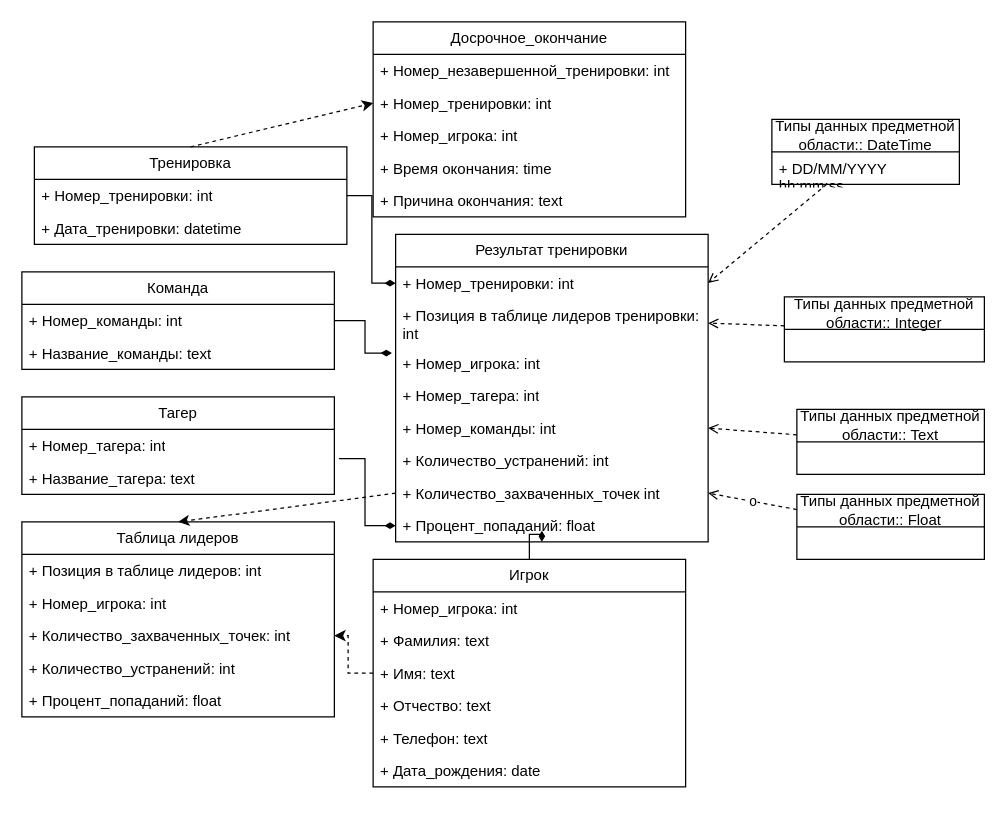
The draw.io diagram Решения/Часть 1. Схемы/Объекты бизнес процесса.drawio in VentoAureo12/Projecting-n-Design, before the edit. Source tidied: cells renumbered, new cells numbered last; positions are measured from the earlier drawing's top-left corner, leaving out a move shared by most shapes. Both pictures are drawn from the tidied source at 125%, with x=0, y=0 at pixel (21, 21).
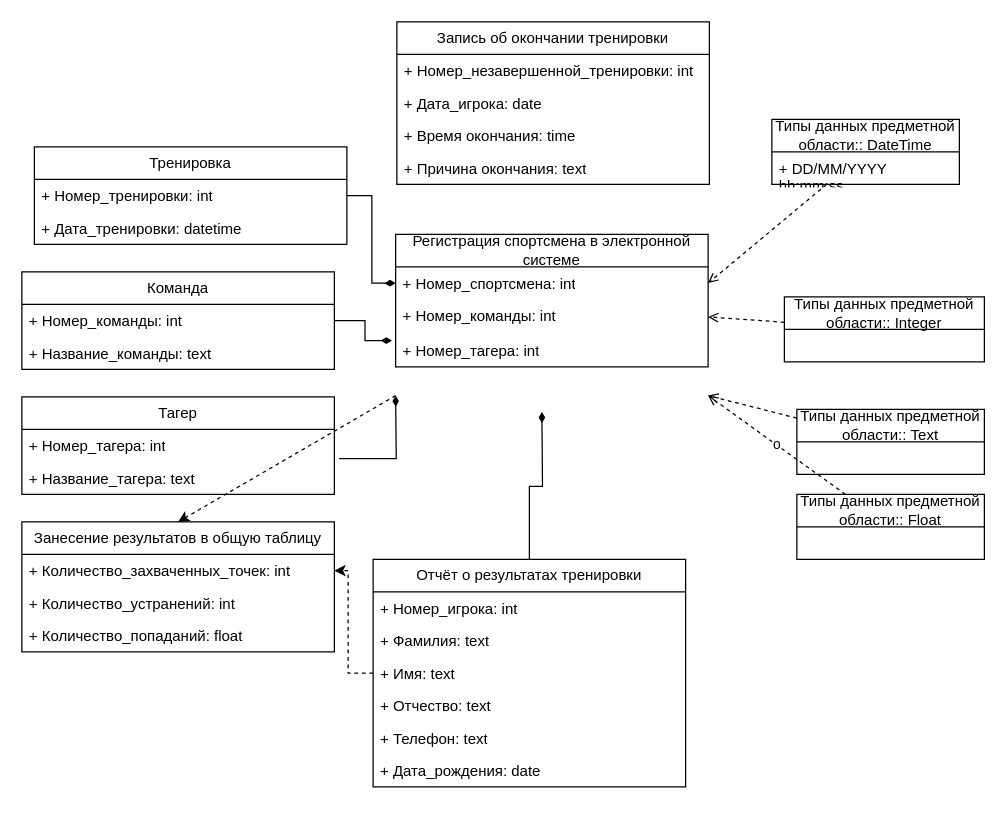
After the change.

Unchanged cells that the change refers to:
```xml
<mxCell id="28" value="Тренировка" style="swimlane;fontStyle=0;horizontal=1;startSize=26;fillColor=none;whiteSpace=wrap;html=1;" parent="1" vertex="1">
  <mxGeometry x="10" y="100" width="250" height="78" as="geometry" />
</mxCell>
<mxCell id="43" value="+ Название_тагера: text" style="text;strokeColor=none;fillColor=none;align=left;verticalAlign=top;spacingLeft=4;spacingRight=4;overflow=hidden;points=[[0,0.5],[1,0.5]];portConstraint=eastwest;whiteSpace=wrap;html=1;" parent="41" vertex="1">
  <mxGeometry y="52" width="250" height="26" as="geometry" />
</mxCell>
<mxCell id="52" value="Типы данных предметной области:: Text" style="swimlane;fontStyle=0;horizontal=1;startSize=26;fillColor=none;whiteSpace=wrap;html=1;" parent="1" vertex="1">
  <mxGeometry x="620" y="310" width="150" height="52" as="geometry" />
</mxCell>
<mxCell id="54" value="Типы данных предметной области:: Float" style="swimlane;fontStyle=0;horizontal=1;startSize=26;fillColor=none;whiteSpace=wrap;html=1;" parent="1" vertex="1">
  <mxGeometry x="620" y="378" width="150" height="52" as="geometry" />
</mxCell>
```

Diff of the diagram source:
```diff
@@
-    <mxCell id="2" style="rounded=0;jettySize=auto;html=1;entryX=0.5;entryY=0;entryDx=0;entryDy=0;dashed=1;exitX=0;exitY=0.5;exitDx=0;exitDy=0;" parent="1" edge="1" source="10" target="34">
-      <mxGeometry relative="1" as="geometry" />
+    <mxCell id="2" style="rounded=0;jettySize=auto;html=1;entryX=0.5;entryY=0;entryDx=0;entryDy=0;dashed=1;exitX=0;exitY=0.5;exitDx=0;exitDy=0;" parent="1" edge="1" target="34">
+      <mxGeometry relative="1" as="geometry">
+        <mxPoint x="299" y="299" as="sourcePoint" />
+      </mxGeometry>
     </mxCell>
-    <mxCell id="3" value="Результат тренировки" style="swimlane;fontStyle=0;horizontal=1;startSize=26;fillColor=none;whiteSpace=wrap;html=1;" parent="1" vertex="1">
-      <mxGeometry x="299" y="170" width="250" height="246" as="geometry" />
+    <mxCell id="3" value="Регистрация спортсмена в электронной системе" style="swimlane;fontStyle=0;horizontal=1;startSize=26;fillColor=none;whiteSpace=wrap;html=1;" parent="1" vertex="1">
+      <mxGeometry x="299" y="170" width="250" height="106" as="geometry" />
     </mxCell>
-    <mxCell id="4" value="+ Номер_тренировки: int" style="text;strokeColor=none;fillColor=none;align=left;verticalAlign=top;spacingLeft=4;spacingRight=4;overflow=hidden;points=[[0,0.5],[1,0.5]];portConstraint=eastwest;whiteSpace=wrap;html=1;" parent="3" vertex="1">
+    <mxCell id="4" value="+ Номер_спортсмена: int" style="text;strokeColor=none;fillColor=none;align=left;verticalAlign=top;spacingLeft=4;spacingRight=4;overflow=hidden;points=[[0,0.5],[1,0.5]];portConstraint=eastwest;whiteSpace=wrap;html=1;" parent="3" vertex="1">
       <mxGeometry y="26" width="250" height="26" as="geometry" />
     </mxCell>
-    <mxCell id="5" value="+ Позиция в таблице лидеров тренировки: int" style="text;strokeColor=none;fillColor=none;align=left;verticalAlign=top;spacingLeft=4;spacingRight=4;overflow=hidden;points=[[0,0.5],[1,0.5]];portConstraint=eastwest;whiteSpace=wrap;html=1;" parent="3" vertex="1">
-      <mxGeometry y="52" width="250" height="38" as="geometry" />
+    <mxCell id="5" value="+ Номер_команды: int" style="text;strokeColor=none;fillColor=none;align=left;verticalAlign=top;spacingLeft=4;spacingRight=4;overflow=hidden;points=[[0,0.5],[1,0.5]];portConstraint=eastwest;whiteSpace=wrap;html=1;" parent="3" vertex="1">
+      <mxGeometry y="52" width="250" height="28" as="geometry" />
     </mxCell>
-    <mxCell id="6" value="+ Номер_игрока: int" style="text;strokeColor=none;fillColor=none;align=left;verticalAlign=top;spacingLeft=4;spacingRight=4;overflow=hidden;points=[[0,0.5],[1,0.5]];portConstraint=eastwest;whiteSpace=wrap;html=1;" parent="3" vertex="1">
-      <mxGeometry y="90" width="250" height="26" as="geometry" />
+    <mxCell id="6" value="+ Номер_тагера: int" style="text;strokeColor=none;fillColor=none;align=left;verticalAlign=top;spacingLeft=4;spacingRight=4;overflow=hidden;points=[[0,0.5],[1,0.5]];portConstraint=eastwest;whiteSpace=wrap;html=1;" parent="3" vertex="1">
+      <mxGeometry y="80" width="250" height="26" as="geometry" />
     </mxCell>
-    <mxCell id="7" value="+ Номер_тагера: int" style="text;strokeColor=none;fillColor=none;align=left;verticalAlign=top;spacingLeft=4;spacingRight=4;overflow=hidden;whiteSpace=wrap;html=1;" parent="3" vertex="1">
-      <mxGeometry y="116" width="250" height="26" as="geometry" />
-    </mxCell>
-    <mxCell id="8" value="+ Номер_команды: int" style="text;strokeColor=none;fillColor=none;align=left;verticalAlign=top;spacingLeft=4;spacingRight=4;overflow=hidden;points=[[0,0.5],[1,0.5]];portConstraint=eastwest;whiteSpace=wrap;html=1;" parent="3" vertex="1">
-      <mxGeometry y="142" width="250" height="26" as="geometry" />
-    </mxCell>
-    <mxCell id="9" value="+ Количество_устранений: int" style="text;strokeColor=none;fillColor=none;align=left;verticalAlign=top;spacingLeft=4;spacingRight=4;overflow=hidden;whiteSpace=wrap;html=1;" parent="3" vertex="1">
-      <mxGeometry y="168" width="250" height="26" as="geometry" />
-    </mxCell>
-    <mxCell id="10" value="+ Количество_захваченных_точек int" style="text;strokeColor=none;fillColor=none;align=left;verticalAlign=top;spacingLeft=4;spacingRight=4;overflow=hidden;points=[[0,0.5],[1,0.5]];portConstraint=eastwest;whiteSpace=wrap;html=1;" parent="3" vertex="1">
-      <mxGeometry y="194" width="250" height="26" as="geometry" />
-    </mxCell>
-    <mxCell id="11" value="+ Процент_попаданий: float" style="text;strokeColor=none;fillColor=none;align=left;verticalAlign=top;spacingLeft=4;spacingRight=4;overflow=hidden;points=[[0,0.5],[1,0.5]];portConstraint=eastwest;whiteSpace=wrap;html=1;" parent="3" vertex="1">
-      <mxGeometry y="220" width="250" height="26" as="geometry" />
-    </mxCell>
-    <mxCell id="12" value="Досрочное_окончание" style="swimlane;fontStyle=0;horizontal=1;startSize=26;fillColor=none;whiteSpace=wrap;html=1;" parent="1" vertex="1">
-      <mxGeometry x="281" width="250" height="156" as="geometry" />
+    <mxCell id="12" value="Запись об окончании тренировки" style="swimlane;fontStyle=0;horizontal=1;startSize=26;fillColor=none;whiteSpace=wrap;html=1;" parent="1" vertex="1">
+      <mxGeometry x="300" width="250" height="130" as="geometry" />
     </mxCell>
@@
-    <mxCell id="14" value="+ Номер_тренировки: int" style="text;strokeColor=none;fillColor=none;align=left;verticalAlign=top;spacingLeft=4;spacingRight=4;overflow=hidden;points=[[0,0.5],[1,0.5]];portConstraint=eastwest;whiteSpace=wrap;html=1;" parent="12" vertex="1">
-      <mxGeometry y="52" width="250" height="26" as="geometry" />
-    </mxCell>
-    <mxCell id="15" value="+ Номер_игрока: int" style="text;strokeColor=none;fillColor=none;align=left;verticalAlign=top;spacingLeft=4;spacingRight=4;overflow=hidden;whiteSpace=wrap;html=1;" parent="12" vertex="1">
-      <mxGeometry y="78" width="250" height="26" as="geometry" />
+    <mxCell id="15" value="+ Дата_игрока: date" style="text;strokeColor=none;fillColor=none;align=left;verticalAlign=top;spacingLeft=4;spacingRight=4;overflow=hidden;whiteSpace=wrap;html=1;" parent="12" vertex="1">
+      <mxGeometry y="52" width="250" height="26" as="geometry" />
     </mxCell>
     <mxCell id="16" value="+ Время окончания: time" style="text;strokeColor=none;fillColor=none;align=left;verticalAlign=top;spacingLeft=4;spacingRight=4;overflow=hidden;whiteSpace=wrap;html=1;" parent="12" vertex="1">
-      <mxGeometry y="104" width="250" height="26" as="geometry" />
+      <mxGeometry y="78" width="250" height="26" as="geometry" />
     </mxCell>
     <mxCell id="17" value="+ Причина окончания: text" style="text;strokeColor=none;fillColor=none;align=left;verticalAlign=top;spacingLeft=4;spacingRight=4;overflow=hidden;whiteSpace=wrap;html=1;" parent="12" vertex="1">
-      <mxGeometry y="130" width="250" height="26" as="geometry" />
+      <mxGeometry y="104" width="250" height="26" as="geometry" />
     </mxCell>
-    <mxCell id="18" style="edgeStyle=orthogonalEdgeStyle;rounded=0;jettySize=auto;html=1;entryX=0.468;entryY=1;entryDx=0;entryDy=0;endArrow=diamondThin;endFill=1;entryPerimeter=0;" parent="1" edge="1" source="20" target="11">
-      <mxGeometry relative="1" as="geometry" />
+    <mxCell id="18" style="edgeStyle=orthogonalEdgeStyle;rounded=0;jettySize=auto;html=1;entryX=0.468;entryY=1;entryDx=0;entryDy=0;endArrow=diamondThin;endFill=1;entryPerimeter=0;" parent="1" edge="1" source="20">
+      <mxGeometry relative="1" as="geometry">
+        <mxPoint x="416" y="312" as="targetPoint" />
+      </mxGeometry>
     </mxCell>
@@
-    <mxCell id="20" value="Игрок" style="swimlane;fontStyle=0;horizontal=1;startSize=26;fillColor=none;whiteSpace=wrap;html=1;" parent="1" vertex="1">
+    <mxCell id="20" value="Отчёт о результатах тренировки" style="swimlane;fontStyle=0;horizontal=1;startSize=26;fillColor=none;whiteSpace=wrap;html=1;" parent="1" vertex="1">
       <mxGeometry x="281" y="430" width="250" height="182" as="geometry" />
     </mxCell>
@@
-    <mxCell id="27" style="rounded=0;jettySize=auto;html=1;entryX=0;entryY=0.5;entryDx=0;entryDy=0;exitX=0.5;exitY=0;exitDx=0;exitDy=0;dashed=1;" parent="1" edge="1" source="28" target="14">
-      <mxGeometry relative="1" as="geometry" />
-    </mxCell>
@@
-    <mxCell id="34" value="Таблица лидеров" style="swimlane;fontStyle=0;horizontal=1;startSize=26;fillColor=none;whiteSpace=wrap;html=1;" parent="1" vertex="1">
-      <mxGeometry y="400" width="250" height="156" as="geometry" />
+    <mxCell id="34" value="Занесение результатов в общую таблицу" style="swimlane;fontStyle=0;horizontal=1;startSize=26;fillColor=none;whiteSpace=wrap;html=1;" parent="1" vertex="1">
+      <mxGeometry y="400" width="250" height="104" as="geometry" />
     </mxCell>
-    <mxCell id="35" value="+ Позиция в таблице лидеров: int" style="text;strokeColor=none;fillColor=none;align=left;verticalAlign=top;spacingLeft=4;spacingRight=4;overflow=hidden;whiteSpace=wrap;html=1;" parent="34" vertex="1">
-      <mxGeometry y="26" width="250" height="26" as="geometry" />
-    </mxCell>
-    <mxCell id="36" value="+ Номер_игрока: int" style="text;strokeColor=none;fillColor=none;align=left;verticalAlign=top;spacingLeft=4;spacingRight=4;overflow=hidden;whiteSpace=wrap;html=1;" parent="34" vertex="1">
-      <mxGeometry y="52" width="250" height="26" as="geometry" />
-    </mxCell>
     <mxCell id="37" value="+ Количество_захваченных_точек: int" style="text;strokeColor=none;fillColor=none;align=left;verticalAlign=top;spacingLeft=4;spacingRight=4;overflow=hidden;points=[[0,0.5],[1,0.5]];portConstraint=eastwest;whiteSpace=wrap;html=1;" parent="34" vertex="1">
-      <mxGeometry y="78" width="250" height="26" as="geometry" />
+      <mxGeometry y="26" width="250" height="26" as="geometry" />
     </mxCell>
     <mxCell id="38" value="+ Количество_устранений: int" style="text;strokeColor=none;fillColor=none;align=left;verticalAlign=top;spacingLeft=4;spacingRight=4;overflow=hidden;whiteSpace=wrap;html=1;" parent="34" vertex="1">
-      <mxGeometry y="104" width="250" height="26" as="geometry" />
+      <mxGeometry y="52" width="250" height="26" as="geometry" />
     </mxCell>
-    <mxCell id="39" value="+ Процент_попаданий: float" style="text;strokeColor=none;fillColor=none;align=left;verticalAlign=top;spacingLeft=4;spacingRight=4;overflow=hidden;whiteSpace=wrap;html=1;" parent="34" vertex="1">
-      <mxGeometry y="130" width="250" height="26" as="geometry" />
+    <mxCell id="39" value="+ Количество_попаданий: float" style="text;strokeColor=none;fillColor=none;align=left;verticalAlign=top;spacingLeft=4;spacingRight=4;overflow=hidden;whiteSpace=wrap;html=1;" parent="34" vertex="1">
+      <mxGeometry y="78" width="250" height="26" as="geometry" />
     </mxCell>
-    <mxCell id="40" style="edgeStyle=orthogonalEdgeStyle;rounded=0;jettySize=auto;html=1;entryX=0;entryY=0.5;entryDx=0;entryDy=0;endArrow=diamondThin;endFill=1;exitX=1.015;exitY=-0.1;exitDx=0;exitDy=0;exitPerimeter=0;" parent="1" edge="1" source="43" target="11">
-      <mxGeometry relative="1" as="geometry" />
+    <mxCell id="40" style="edgeStyle=orthogonalEdgeStyle;rounded=0;jettySize=auto;html=1;entryX=0;entryY=0.5;entryDx=0;entryDy=0;endArrow=diamondThin;endFill=1;exitX=1.015;exitY=-0.1;exitDx=0;exitDy=0;exitPerimeter=0;" parent="1" edge="1" source="43">
+      <mxGeometry relative="1" as="geometry">
+        <mxPoint x="299" y="299" as="targetPoint" />
+      </mxGeometry>
     </mxCell>
@@
-    <mxCell id="51" style="rounded=0;jettySize=auto;html=1;entryX=1;entryY=0.5;entryDx=0;entryDy=0;dashed=1;endArrow=open;endFill=0;" parent="1" edge="1" source="52" target="8">
-      <mxGeometry relative="1" as="geometry" />
+    <mxCell id="51" style="rounded=0;jettySize=auto;html=1;entryX=1;entryY=0.5;entryDx=0;entryDy=0;dashed=1;endArrow=open;endFill=0;" parent="1" edge="1" source="52">
+      <mxGeometry relative="1" as="geometry">
+        <mxPoint x="549" y="299" as="targetPoint" />
+      </mxGeometry>
     </mxCell>
@@
-    <mxCell id="53" value="o" style="rounded=0;jettySize=auto;html=1;entryX=1;entryY=0.5;entryDx=0;entryDy=0;endArrow=open;endFill=0;dashed=1;" parent="1" edge="1" source="54" target="10">
-      <mxGeometry relative="1" as="geometry" />
+    <mxCell id="53" value="o" style="rounded=0;jettySize=auto;html=1;entryX=1;entryY=0.5;entryDx=0;entryDy=0;endArrow=open;endFill=0;dashed=1;" parent="1" edge="1" source="54">
+      <mxGeometry relative="1" as="geometry">
+        <mxPoint x="549" y="299" as="targetPoint" />
+      </mxGeometry>
     </mxCell>
```
